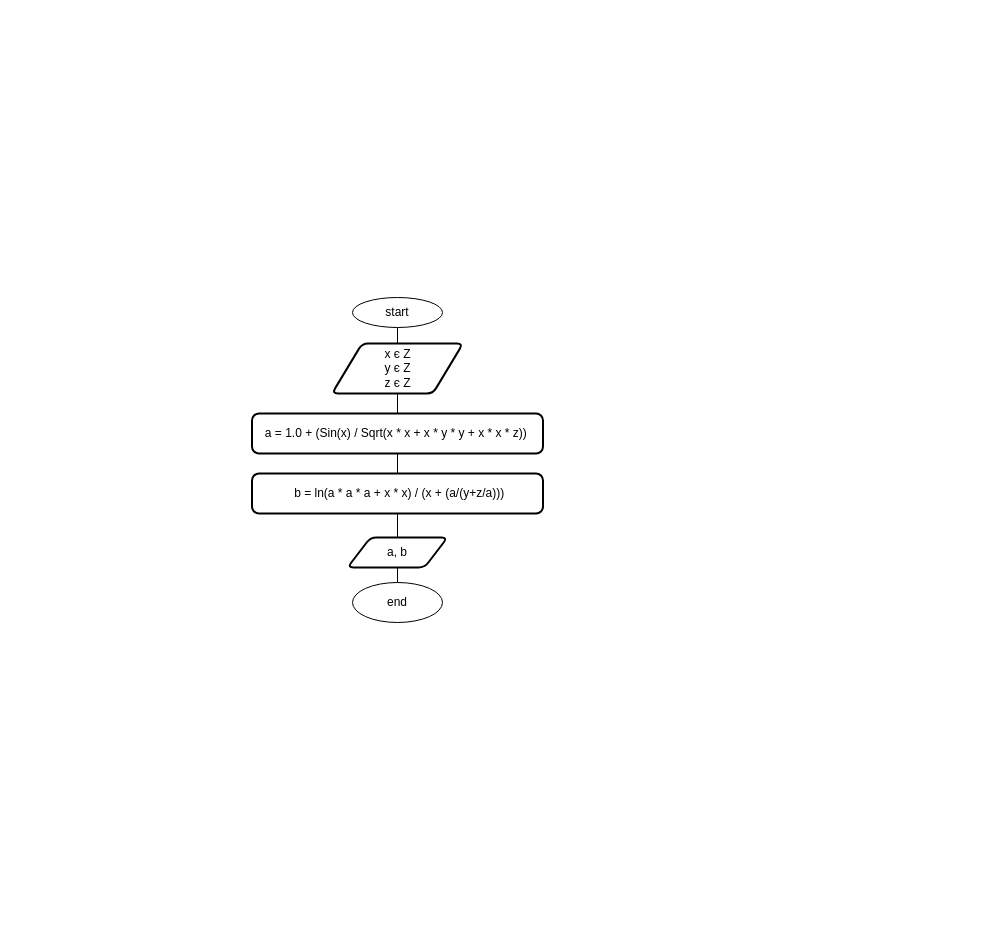
Before: Practice 1/Task 1/asd_l1t1_bolyuk.drawio in bolyuk/ads-bolyuk-kp12, a draw.io diagram. Source tidied: cells renumbered, new cells numbered last; positions are measured from the earlier drawing's top-left corner, leaving out a move shared by most shapes. Both pictures are drawn from the tidied source at 100%, with x=0, y=0 at pixel (252, 297).
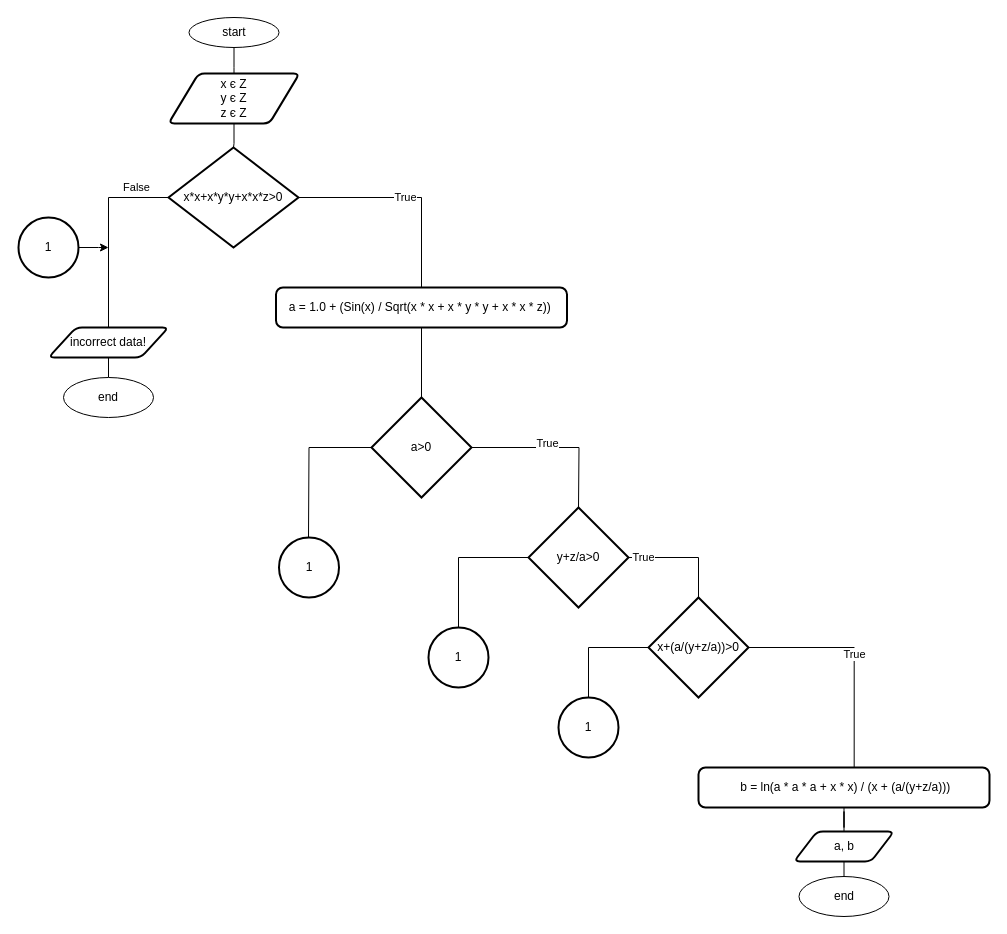
Above is the later version.

What changed in the source:
```diff
@@
     <mxCell id="2" style="edgeStyle=orthogonalEdgeStyle;rounded=0;jettySize=auto;html=1;entryX=0.5;entryY=0;entryDx=0;entryDy=0;endArrow=none;endFill=0;" parent="1" edge="1" source="3">
       <mxGeometry relative="1" as="geometry">
-        <mxPoint x="145" y="60" as="targetPoint" />
+        <mxPoint x="-18.5" y="-220" as="targetPoint" />
       </mxGeometry>
     </mxCell>
     <mxCell id="3" value="start" style="ellipse;whiteSpace=wrap;html=1;" parent="1" vertex="1">
-      <mxGeometry x="100" width="90" height="30" as="geometry" />
+      <mxGeometry x="-63.5" y="-280" width="90" height="30" as="geometry" />
     </mxCell>
@@
     <mxCell id="5" value="end" style="ellipse;whiteSpace=wrap;html=1;" parent="1" vertex="1">
-      <mxGeometry x="100" y="285" width="90" height="40" as="geometry" />
+      <mxGeometry x="546.5" y="579" width="90" height="40" as="geometry" />
     </mxCell>
     <mxCell id="6" style="edgeStyle=orthogonalEdgeStyle;rounded=0;orthogonalLoop=1;jettySize=auto;html=1;exitX=0.5;exitY=1;exitDx=0;exitDy=0;endArrow=none;endFill=0;" parent="1" edge="1">
       <mxGeometry relative="1" as="geometry">
-        <mxPoint x="145" y="90" as="sourcePoint" />
-        <mxPoint x="145" y="90" as="targetPoint" />
+        <mxPoint x="-18.5" y="-190" as="sourcePoint" />
+        <mxPoint x="-18.5" y="-190" as="targetPoint" />
       </mxGeometry>
     </mxCell>
     <mxCell id="7" value="a, b" style="shape=parallelogram;html=1;strokeWidth=2;perimeter=parallelogramPerimeter;whiteSpace=wrap;rounded=1;arcSize=12;size=0.23;" parent="1" vertex="1">
-      <mxGeometry x="95" y="240" width="100" height="30" as="geometry" />
+      <mxGeometry x="541.5" y="534" width="100" height="30" as="geometry" />
     </mxCell>
-    <mxCell id="8" style="edgeStyle=orthogonalEdgeStyle;rounded=0;jettySize=auto;html=1;endArrow=none;endFill=0;" parent="1" edge="1" source="9" target="14">
-      <mxGeometry relative="1" as="geometry" />
-    </mxCell>
+    <mxCell id="15" style="edgeStyle=orthogonalEdgeStyle;rounded=0;jettySize=auto;html=1;exitX=0.5;exitY=1;exitDx=0;exitDy=0;entryX=0.5;entryY=0;entryDx=0;entryDy=0;entryPerimeter=0;endArrow=none;endFill=0;" parent="1" edge="1" source="9" target="23">
+      <mxGeometry relative="1" as="geometry" />
+    </mxCell>
     <mxCell id="9" value="a =&amp;nbsp;1.0 + (Sin(x) / Sqrt(x * x + x * y * y + x * x * z))&amp;nbsp;" style="rounded=1;whiteSpace=wrap;html=1;absoluteArcSize=1;arcSize=14;strokeWidth=2;" parent="1" vertex="1">
-      <mxGeometry x="-0.5" y="116" width="291" height="40" as="geometry" />
+      <mxGeometry x="23.5" y="-10" width="291" height="40" as="geometry" />
     </mxCell>
@@
-    <mxCell id="11" style="edgeStyle=orthogonalEdgeStyle;rounded=0;jettySize=auto;html=1;endArrow=none;endFill=0;" parent="1" edge="1" source="12" target="9">
-      <mxGeometry relative="1" as="geometry" />
-    </mxCell>
+    <mxCell id="16" style="edgeStyle=orthogonalEdgeStyle;rounded=0;jettySize=auto;html=1;endArrow=none;endFill=0;" parent="1" edge="1" source="12" target="19">
+      <mxGeometry relative="1" as="geometry" />
+    </mxCell>
     <mxCell id="12" value="x є Z &lt;br&gt;y є Z &lt;br&gt;z є Z" style="shape=parallelogram;html=1;strokeWidth=2;perimeter=parallelogramPerimeter;whiteSpace=wrap;rounded=1;arcSize=12;size=0.23;" parent="1" vertex="1">
-      <mxGeometry x="79.5" y="46" width="131" height="50" as="geometry" />
+      <mxGeometry x="-84" y="-224" width="131" height="50" as="geometry" />
     </mxCell>
@@
     <mxCell id="14" value="&amp;nbsp;b = ln(a * a * a + x * x) / (x + (a/(y+z/a)))" style="rounded=1;whiteSpace=wrap;html=1;absoluteArcSize=1;arcSize=14;strokeWidth=2;" parent="1" vertex="1">
-      <mxGeometry x="-0.5" y="176" width="291" height="40" as="geometry" />
+      <mxGeometry x="446" y="470" width="291" height="40" as="geometry" />
     </mxCell>
+    <mxCell id="17" value="False" style="edgeStyle=orthogonalEdgeStyle;rounded=0;jettySize=auto;html=1;entryX=0.5;entryY=0;entryDx=0;entryDy=0;endArrow=none;endFill=0;" parent="1" edge="1" source="19" target="33">
+      <mxGeometry x="-0.66" y="-10" relative="1" as="geometry">
+        <Array as="points">
+          <mxPoint x="-144" y="-100" />
+        </Array>
+      </mxGeometry>
+    </mxCell>
+    <mxCell id="18" value="True" style="edgeStyle=orthogonalEdgeStyle;rounded=0;jettySize=auto;html=1;entryX=0.5;entryY=0;entryDx=0;entryDy=0;endArrow=none;endFill=0;" parent="1" edge="1" source="19" target="9">
+      <mxGeometry relative="1" as="geometry">
+        <Array as="points">
+          <mxPoint x="169" y="-100" />
+        </Array>
+      </mxGeometry>
+    </mxCell>
+    <mxCell id="19" value="&lt;span&gt;x*x+x*y*y+x*x*z&amp;gt;0&lt;/span&gt;" style="strokeWidth=2;html=1;shape=mxgraph.flowchart.decision;whiteSpace=wrap;" parent="1" vertex="1">
+      <mxGeometry x="-84" y="-150" width="130" height="100" as="geometry" />
+    </mxCell>
+    <mxCell id="20" style="edgeStyle=orthogonalEdgeStyle;rounded=0;jettySize=auto;html=1;endArrow=none;endFill=0;" parent="1" edge="1" source="23">
+      <mxGeometry relative="1" as="geometry">
+        <mxPoint x="326" y="210" as="targetPoint" />
+      </mxGeometry>
+    </mxCell>
+    <mxCell id="21" value="True" style="edgeLabel;html=1;align=center;verticalAlign=middle;" parent="20" vertex="1">
+      <mxGeometry x="-0.11" y="5" relative="1" as="geometry" />
+    </mxCell>
+    <mxCell id="22" style="edgeStyle=orthogonalEdgeStyle;rounded=0;jettySize=auto;html=1;endArrow=none;endFill=0;" parent="1" edge="1" source="23">
+      <mxGeometry relative="1" as="geometry">
+        <mxPoint x="56" y="240" as="targetPoint" />
+      </mxGeometry>
+    </mxCell>
+    <mxCell id="23" value="a&amp;gt;0" style="strokeWidth=2;html=1;shape=mxgraph.flowchart.decision;whiteSpace=wrap;" parent="1" vertex="1">
+      <mxGeometry x="119" y="100" width="100" height="100" as="geometry" />
+    </mxCell>
+    <mxCell id="24" value="True" style="edgeStyle=orthogonalEdgeStyle;rounded=0;jettySize=auto;html=1;endArrow=none;endFill=0;entryX=0.535;entryY=0.007;entryDx=0;entryDy=0;entryPerimeter=0;" parent="1" edge="1" source="26" target="14">
+      <mxGeometry relative="1" as="geometry">
+        <Array as="points">
+          <mxPoint x="602" y="350" />
+        </Array>
+      </mxGeometry>
+    </mxCell>
+    <mxCell id="25" style="edgeStyle=orthogonalEdgeStyle;rounded=0;jettySize=auto;html=1;entryX=0.5;entryY=0;entryDx=0;entryDy=0;entryPerimeter=0;endArrow=none;endFill=0;" parent="1" edge="1" source="26" target="39">
+      <mxGeometry relative="1" as="geometry" />
+    </mxCell>
+    <mxCell id="26" value="x+(a/(y+z/a))&amp;gt;0" style="strokeWidth=2;html=1;shape=mxgraph.flowchart.decision;whiteSpace=wrap;" parent="1" vertex="1">
+      <mxGeometry x="396" y="300" width="100" height="100" as="geometry" />
+    </mxCell>
+    <mxCell id="27" style="edgeStyle=orthogonalEdgeStyle;rounded=0;jettySize=auto;html=1;entryX=0.5;entryY=0;entryDx=0;entryDy=0;entryPerimeter=0;endArrow=none;endFill=0;" parent="1" edge="1" source="30" target="26">
+      <mxGeometry relative="1" as="geometry" />
+    </mxCell>
+    <mxCell id="28" value="True" style="edgeLabel;html=1;align=center;verticalAlign=middle;" parent="27" vertex="1">
+      <mxGeometry x="-0.74" y="1" relative="1" as="geometry" />
+    </mxCell>
+    <mxCell id="29" style="edgeStyle=orthogonalEdgeStyle;rounded=0;jettySize=auto;html=1;entryX=0.5;entryY=0;entryDx=0;entryDy=0;entryPerimeter=0;endArrow=none;endFill=0;" parent="1" edge="1" source="30" target="37">
+      <mxGeometry relative="1" as="geometry" />
+    </mxCell>
+    <mxCell id="30" value="y+z/a&amp;gt;0" style="strokeWidth=2;html=1;shape=mxgraph.flowchart.decision;whiteSpace=wrap;" parent="1" vertex="1">
+      <mxGeometry x="276" y="210" width="100" height="100" as="geometry" />
+    </mxCell>
+    <mxCell id="31" style="edgeStyle=orthogonalEdgeStyle;rounded=0;jettySize=auto;html=1;entryX=0.5;entryY=0;entryDx=0;entryDy=0;endArrow=none;endFill=0;exitX=0.5;exitY=1;exitDx=0;exitDy=0;" parent="1" edge="1" source="33" target="32">
+      <mxGeometry relative="1" as="geometry" />
+    </mxCell>
+    <mxCell id="32" value="end" style="ellipse;whiteSpace=wrap;html=1;" parent="1" vertex="1">
+      <mxGeometry x="-189" y="80" width="90" height="40" as="geometry" />
+    </mxCell>
+    <mxCell id="33" value="incorrect data!" style="shape=parallelogram;html=1;strokeWidth=2;perimeter=parallelogramPerimeter;whiteSpace=wrap;rounded=1;arcSize=12;size=0.23;" parent="1" vertex="1">
+      <mxGeometry x="-204" y="30" width="120" height="30" as="geometry" />
+    </mxCell>
+    <mxCell id="34" style="edgeStyle=orthogonalEdgeStyle;rounded=0;orthogonalLoop=1;jettySize=auto;html=1;exitX=0.5;exitY=1;exitDx=0;exitDy=0;" parent="1" edge="1" source="33" target="33">
+      <mxGeometry relative="1" as="geometry" />
+    </mxCell>
+    <mxCell id="35" style="edgeStyle=orthogonalEdgeStyle;rounded=0;jettySize=auto;html=1;endArrow=classic;endFill=1;" parent="1" edge="1" source="36">
+      <mxGeometry relative="1" as="geometry">
+        <mxPoint x="-144" y="-50" as="targetPoint" />
+      </mxGeometry>
+    </mxCell>
+    <mxCell id="36" value="1" style="strokeWidth=2;html=1;shape=mxgraph.flowchart.start_2;whiteSpace=wrap;" parent="1" vertex="1">
+      <mxGeometry x="-234" y="-80" width="60" height="60" as="geometry" />
+    </mxCell>
+    <mxCell id="37" value="1" style="strokeWidth=2;html=1;shape=mxgraph.flowchart.start_2;whiteSpace=wrap;" parent="1" vertex="1">
+      <mxGeometry x="176" y="330" width="60" height="60" as="geometry" />
+    </mxCell>
+    <mxCell id="38" value="1" style="strokeWidth=2;html=1;shape=mxgraph.flowchart.start_2;whiteSpace=wrap;" parent="1" vertex="1">
+      <mxGeometry x="26.5" y="240" width="60" height="60" as="geometry" />
+    </mxCell>
+    <mxCell id="39" value="1" style="strokeWidth=2;html=1;shape=mxgraph.flowchart.start_2;whiteSpace=wrap;" parent="1" vertex="1">
+      <mxGeometry x="306" y="400" width="60" height="60" as="geometry" />
+    </mxCell>
```
